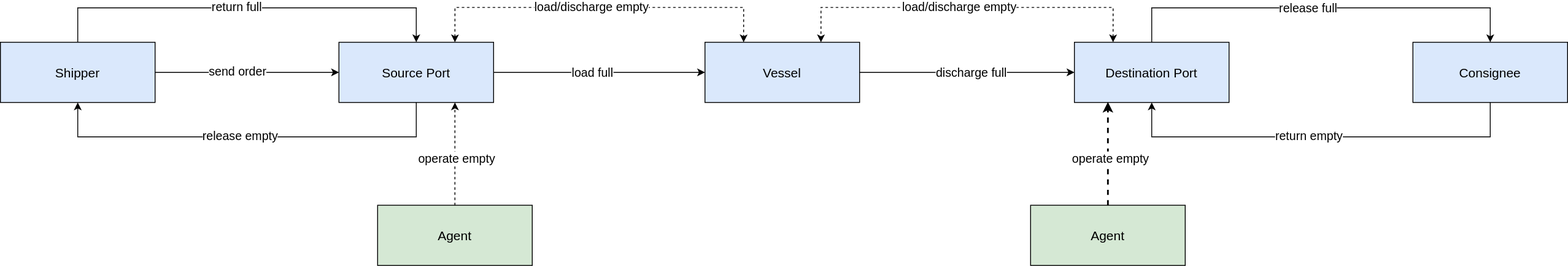
The draw.io diagram docs/source/images/scenario/cim.container_flow.svg in microsoft/maro, before a commit. Source tidied: cells renumbered, new cells last; positions are measured from the earlier drawing's top-left corner, leaving out a move shared by most shapes.
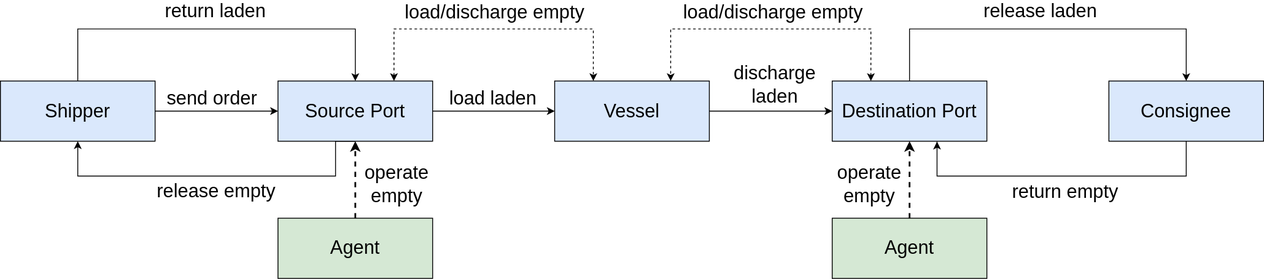
Above is the later version.

What changed in the source:
```diff
@@ -2,140 +2,152 @@
   <root>
     <mxCell id="0" />
     <mxCell id="1" parent="0" />
-    <mxCell id="2" style="edgeStyle=orthogonalEdgeStyle;rounded=0;jettySize=auto;html=1;exitX=0.5;exitY=1;exitDx=0;exitDy=0;entryX=0.5;entryY=1;entryDx=0;entryDy=0;strokeWidth=1;" parent="1" edge="1" source="8" target="11">
+    <mxCell id="2" style="edgeStyle=orthogonalEdgeStyle;rounded=0;jettySize=auto;html=1;exitX=0.5;exitY=1;exitDx=0;exitDy=0;entryX=0.5;entryY=1;entryDx=0;entryDy=0;strokeWidth=1;fontSize=22;" parent="1" edge="1" source="8" target="11">
       <mxGeometry relative="1" as="geometry">
         <Array as="points">
-          <mxPoint x="484" y="150.5" />
-          <mxPoint x="90" y="150.5" />
+          <mxPoint x="360" y="741" />
+          <mxPoint x="360" y="781" />
+          <mxPoint x="60" y="781" />
         </Array>
       </mxGeometry>
     </mxCell>
-    <mxCell id="3" value="&lt;font style=&quot;font-size: 14px;&quot;&gt;release empty&lt;/font&gt;" style="text;html=1;align=center;verticalAlign=middle;labelBackgroundColor=#ffffff;fontSize=14;" parent="2" vertex="1">
+    <mxCell id="3" value="&lt;font style=&quot;font-size: 22px;&quot;&gt;release empty&lt;/font&gt;" style="text;html=1;align=center;verticalAlign=middle;labelBackgroundColor=#ffffff;fontSize=22;" parent="2" vertex="1">
       <mxGeometry x="0.09" relative="1" as="geometry">
-        <mxPoint x="13" y="-1" as="offset" />
+        <mxPoint x="16.5" y="17" as="offset" />
       </mxGeometry>
     </mxCell>
-    <mxCell id="4" style="edgeStyle=orthogonalEdgeStyle;rounded=0;jettySize=auto;html=1;exitX=1;exitY=0.5;exitDx=0;exitDy=0;entryX=0;entryY=0.5;entryDx=0;entryDy=0;fontSize=14;strokeWidth=1;" parent="1" edge="1" source="8" target="24">
+    <mxCell id="4" style="edgeStyle=orthogonalEdgeStyle;rounded=0;jettySize=auto;html=1;exitX=1;exitY=0.5;exitDx=0;exitDy=0;entryX=0;entryY=0.5;entryDx=0;entryDy=0;fontSize=22;strokeWidth=1;" parent="1" edge="1" source="8" target="24">
       <mxGeometry relative="1" as="geometry" />
     </mxCell>
-    <mxCell id="5" value="load full" style="text;html=1;align=center;verticalAlign=middle;labelBackgroundColor=#ffffff;fontSize=14;" parent="4" vertex="1">
+    <mxCell id="5" value="load laden" style="text;html=1;align=center;verticalAlign=middle;labelBackgroundColor=#ffffff;fontSize=22;" parent="4" vertex="1">
       <mxGeometry x="-0.1" y="1" relative="1" as="geometry">
-        <mxPoint x="4" y="0.5" as="offset" />
+        <mxPoint x="4" y="-14.5" as="offset" />
       </mxGeometry>
     </mxCell>
-    <mxCell id="6" style="edgeStyle=orthogonalEdgeStyle;rounded=0;jettySize=auto;html=1;exitX=0.75;exitY=0;exitDx=0;exitDy=0;entryX=0.25;entryY=0;entryDx=0;entryDy=0;fontSize=14;strokeWidth=1;startArrow=classic;startFill=1;dashed=1;" parent="1" edge="1" source="8" target="24">
+    <mxCell id="6" style="edgeStyle=orthogonalEdgeStyle;rounded=0;jettySize=auto;html=1;exitX=0.75;exitY=0;exitDx=0;exitDy=0;entryX=0.25;entryY=0;entryDx=0;entryDy=0;fontSize=22;strokeWidth=1;startArrow=classic;startFill=1;dashed=1;" parent="1" edge="1" source="8" target="24">
       <mxGeometry relative="1" as="geometry">
         <Array as="points">
-          <mxPoint x="529" />
-          <mxPoint x="865" />
+          <mxPoint x="428" y="610" />
+          <mxPoint x="660" y="610" />
         </Array>
       </mxGeometry>
     </mxCell>
-    <mxCell id="7" value="load/discharge empty" style="text;html=1;align=center;verticalAlign=middle;labelBackgroundColor=#ffffff;fontSize=14;" parent="6" vertex="1">
-      <mxGeometry x="-0.05" y="1" relative="1" as="geometry" />
+    <mxCell id="7" value="load/discharge empty" style="text;html=1;align=center;verticalAlign=middle;labelBackgroundColor=#ffffff;fontSize=22;" parent="6" vertex="1">
+      <mxGeometry x="-0.05" y="1" relative="1" as="geometry">
+        <mxPoint x="8.2" y="-19" as="offset" />
+      </mxGeometry>
     </mxCell>
-    <mxCell id="8" value="&lt;font style=&quot;font-size: 15px&quot;&gt;Source Port&lt;/font&gt;" style="rounded=0;whiteSpace=wrap;html=1;fillColor=#dae8fc;strokeColor=#000000;strokeWidth=1;" parent="1" vertex="1">
-      <mxGeometry x="394" y="40.5" width="180" height="70" as="geometry" />
+    <mxCell id="8" value="&lt;font style=&quot;font-size: 22px;&quot;&gt;Source Port&lt;/font&gt;" style="rounded=0;whiteSpace=wrap;html=1;fillColor=#dae8fc;strokeColor=#000000;strokeWidth=1;fontSize=22;" parent="1" vertex="1">
+      <mxGeometry x="293" y="670.5" width="180" height="70" as="geometry" />
     </mxCell>
-    <mxCell id="9" style="edgeStyle=orthogonalEdgeStyle;rounded=0;jettySize=auto;html=1;entryX=0.5;entryY=0;entryDx=0;entryDy=0;fontSize=14;exitX=0.5;exitY=0;exitDx=0;exitDy=0;strokeWidth=1;" parent="1" edge="1" source="11" target="8">
+    <mxCell id="9" style="edgeStyle=orthogonalEdgeStyle;rounded=0;jettySize=auto;html=1;entryX=0.5;entryY=0;entryDx=0;entryDy=0;fontSize=22;exitX=0.5;exitY=0;exitDx=0;exitDy=0;strokeWidth=1;" parent="1" edge="1" source="11" target="8">
       <mxGeometry relative="1" as="geometry">
         <Array as="points">
-          <mxPoint x="90" y="0.5" />
-          <mxPoint x="484" y="0.5" />
+          <mxPoint x="60" y="610" />
+          <mxPoint x="383" y="610" />
         </Array>
       </mxGeometry>
     </mxCell>
-    <mxCell id="10" value="return full" style="text;html=1;align=center;verticalAlign=middle;labelBackgroundColor=#ffffff;fontSize=14;" parent="9" vertex="1">
-      <mxGeometry x="-0.05" y="1" relative="1" as="geometry" />
+    <mxCell id="10" value="return laden" style="text;html=1;align=center;verticalAlign=middle;labelBackgroundColor=#ffffff;fontSize=22;" parent="9" vertex="1">
+      <mxGeometry x="-0.05" y="1" relative="1" as="geometry">
+        <mxPoint x="9.5" y="-20" as="offset" />
+      </mxGeometry>
     </mxCell>
-    <mxCell id="11" value="&lt;font style=&quot;font-size: 15px&quot;&gt;Shipper&lt;/font&gt;" style="rounded=0;whiteSpace=wrap;html=1;fillColor=#dae8fc;strokeColor=#000000;strokeWidth=1;" parent="1" vertex="1">
-      <mxGeometry y="40.5" width="180" height="70" as="geometry" />
+    <mxCell id="11" value="&lt;font style=&quot;font-size: 22px;&quot;&gt;Shipper&lt;/font&gt;" style="rounded=0;whiteSpace=wrap;html=1;fillColor=#dae8fc;strokeColor=#000000;strokeWidth=1;fontSize=22;" parent="1" vertex="1">
+      <mxGeometry x="-30" y="670.5" width="180" height="70" as="geometry" />
     </mxCell>
-    <mxCell id="12" style="endArrow=classic;html=1;exitX=1;exitY=0.5;exitDx=0;exitDy=0;entryX=0;entryY=0.5;entryDx=0;entryDy=0;strokeWidth=1;" parent="1" edge="1" source="11" target="8">
+    <mxCell id="12" style="endArrow=classic;html=1;exitX=1;exitY=0.5;exitDx=0;exitDy=0;entryX=0;entryY=0.5;entryDx=0;entryDy=0;strokeWidth=1;fontSize=22;" parent="1" edge="1" source="11" target="8">
       <mxGeometry relative="1" as="geometry" />
     </mxCell>
-    <mxCell id="13" value="&lt;font style=&quot;font-size: 14px&quot;&gt;send order&lt;/font&gt;" style="text;html=1;align=center;verticalAlign=middle;labelBackgroundColor=#ffffff;fontSize=14;" parent="12" vertex="1">
+    <mxCell id="13" value="&lt;font style=&quot;font-size: 22px;&quot;&gt;send order&lt;/font&gt;" style="text;html=1;align=center;verticalAlign=middle;labelBackgroundColor=#ffffff;fontSize=22;" parent="12" vertex="1">
       <mxGeometry x="-0.15" y="1" relative="1" as="geometry">
-        <mxPoint x="5" as="offset" />
+        <mxPoint x="5" y="-14.5" as="offset" />
       </mxGeometry>
     </mxCell>
-    <mxCell id="14" style="edgeStyle=orthogonalEdgeStyle;rounded=0;jettySize=auto;html=1;exitX=0.25;exitY=0;exitDx=0;exitDy=0;entryX=0.75;entryY=0;entryDx=0;entryDy=0;fontSize=14;strokeWidth=1;startArrow=classic;startFill=1;dashed=1;" parent="1" edge="1" source="16" target="24">
+    <mxCell id="14" style="edgeStyle=orthogonalEdgeStyle;rounded=0;jettySize=auto;html=1;exitX=0.25;exitY=0;exitDx=0;exitDy=0;entryX=0.75;entryY=0;entryDx=0;entryDy=0;fontSize=22;strokeWidth=1;startArrow=classic;startFill=1;dashed=1;" parent="1" edge="1" source="16" target="24">
       <mxGeometry relative="1" as="geometry">
         <Array as="points">
-          <mxPoint x="1295" />
-          <mxPoint x="955" />
+          <mxPoint x="983" y="610" />
+          <mxPoint x="750" y="610" />
         </Array>
       </mxGeometry>
     </mxCell>
-    <mxCell id="15" value="load/discharge empty" style="text;html=1;align=center;verticalAlign=middle;labelBackgroundColor=#ffffff;fontSize=14;" parent="14" vertex="1">
+    <mxCell id="15" value="load/discharge empty" style="text;html=1;align=center;verticalAlign=middle;labelBackgroundColor=#ffffff;fontSize=22;" parent="14" vertex="1">
       <mxGeometry x="0.04" relative="1" as="geometry">
-        <mxPoint y="-1" as="offset" />
+        <mxPoint x="9.8" y="-20" as="offset" />
       </mxGeometry>
     </mxCell>
-    <mxCell id="16" value="&lt;font style=&quot;font-size: 15px&quot;&gt;Destination Port&lt;/font&gt;" style="rounded=0;whiteSpace=wrap;html=1;fillColor=#dae8fc;strokeColor=#000000;strokeWidth=1;" parent="1" vertex="1">
-      <mxGeometry x="1250" y="40.5" width="180" height="70" as="geometry" />
+    <mxCell id="16" value="&lt;font style=&quot;font-size: 22px;&quot;&gt;Destination Port&lt;/font&gt;" style="rounded=0;whiteSpace=wrap;html=1;fillColor=#dae8fc;strokeColor=#000000;strokeWidth=1;fontSize=22;" parent="1" vertex="1">
+      <mxGeometry x="938" y="670.5" width="180" height="70" as="geometry" />
     </mxCell>
-    <mxCell id="17" style="edgeStyle=orthogonalEdgeStyle;rounded=0;jettySize=auto;html=1;exitX=0.5;exitY=1;exitDx=0;exitDy=0;entryX=0.5;entryY=1;entryDx=0;entryDy=0;fontSize=14;strokeWidth=1;" parent="1" edge="1" source="19" target="16">
+    <mxCell id="17" style="edgeStyle=orthogonalEdgeStyle;rounded=0;jettySize=auto;html=1;exitX=0.5;exitY=1;exitDx=0;exitDy=0;fontSize=22;strokeWidth=1;" parent="1" edge="1" source="19">
       <mxGeometry relative="1" as="geometry">
+        <mxPoint x="1060" y="741" as="targetPoint" />
         <Array as="points">
-          <mxPoint x="1734" y="150.5" />
-          <mxPoint x="1340" y="150.5" />
+          <mxPoint x="1350" y="781" />
+          <mxPoint x="1060" y="781" />
+          <mxPoint x="1060" y="741" />
         </Array>
       </mxGeometry>
     </mxCell>
-    <mxCell id="18" value="return empty" style="text;html=1;align=center;verticalAlign=middle;labelBackgroundColor=#ffffff;fontSize=14;" parent="17" vertex="1">
+    <mxCell id="18" value="return empty" style="text;html=1;align=center;verticalAlign=middle;labelBackgroundColor=#ffffff;fontSize=22;" parent="17" vertex="1">
       <mxGeometry x="0.12" relative="1" as="geometry">
-        <mxPoint x="13" y="-1" as="offset" />
+        <mxPoint x="24.5" y="18" as="offset" />
       </mxGeometry>
     </mxCell>
-    <mxCell id="19" value="&lt;font style=&quot;font-size: 15px&quot;&gt;Consignee&lt;/font&gt;" style="rounded=0;whiteSpace=wrap;html=1;fillColor=#dae8fc;strokeColor=#000000;strokeWidth=1;" parent="1" vertex="1">
-      <mxGeometry x="1644" y="40.5" width="180" height="70" as="geometry" />
+    <mxCell id="19" value="&lt;font style=&quot;font-size: 22px;&quot;&gt;Consignee&lt;/font&gt;" style="rounded=0;whiteSpace=wrap;html=1;fillColor=#dae8fc;strokeColor=#000000;strokeWidth=1;fontSize=22;" parent="1" vertex="1">
+      <mxGeometry x="1260" y="670.5" width="180" height="70" as="geometry" />
     </mxCell>
-    <mxCell id="20" style="edgeStyle=orthogonalEdgeStyle;rounded=0;jettySize=auto;html=1;exitX=0.5;exitY=0;exitDx=0;exitDy=0;entryX=0.5;entryY=0;entryDx=0;entryDy=0;fontSize=14;strokeWidth=1;" parent="1" edge="1" source="16" target="19">
+    <mxCell id="20" style="edgeStyle=orthogonalEdgeStyle;rounded=0;jettySize=auto;html=1;exitX=0.5;exitY=0;exitDx=0;exitDy=0;entryX=0.5;entryY=0;entryDx=0;entryDy=0;fontSize=22;strokeWidth=1;" parent="1" edge="1" source="16" target="19">
       <mxGeometry relative="1" as="geometry">
         <Array as="points">
-          <mxPoint x="1340" y="0.5" />
-          <mxPoint x="1734" y="0.5" />
+          <mxPoint x="1028" y="610" />
+          <mxPoint x="1350" y="610" />
         </Array>
       </mxGeometry>
     </mxCell>
-    <mxCell id="21" value="release full" style="text;html=1;align=center;verticalAlign=middle;labelBackgroundColor=#ffffff;fontSize=14;" parent="20" vertex="1">
-      <mxGeometry x="-0.07" relative="1" as="geometry" />
+    <mxCell id="21" value="release laden" style="text;html=1;align=center;verticalAlign=middle;labelBackgroundColor=#ffffff;fontSize=22;" parent="20" vertex="1">
+      <mxGeometry x="-0.07" relative="1" as="geometry">
+        <mxPoint x="5.3" y="-20.5" as="offset" />
+      </mxGeometry>
     </mxCell>
-    <mxCell id="22" style="edgeStyle=orthogonalEdgeStyle;rounded=0;jettySize=auto;html=1;exitX=1;exitY=0.5;exitDx=0;exitDy=0;entryX=0;entryY=0.5;entryDx=0;entryDy=0;fontSize=14;strokeWidth=1;" parent="1" edge="1" source="24" target="16">
+    <mxCell id="22" style="edgeStyle=orthogonalEdgeStyle;rounded=0;jettySize=auto;html=1;exitX=1;exitY=0.5;exitDx=0;exitDy=0;entryX=0;entryY=0.5;entryDx=0;entryDy=0;fontSize=22;strokeWidth=1;" parent="1" edge="1" source="24" target="16">
       <mxGeometry relative="1" as="geometry" />
     </mxCell>
-    <mxCell id="23" value="discharge full" style="text;html=1;align=center;verticalAlign=middle;labelBackgroundColor=#ffffff;fontSize=14;" parent="22" vertex="1">
+    <mxCell id="23" value="discharge&lt;br&gt;laden" style="text;html=1;align=center;verticalAlign=middle;labelBackgroundColor=#ffffff;fontSize=22;" parent="22" vertex="1">
       <mxGeometry x="-0.12" y="-1" relative="1" as="geometry">
-        <mxPoint x="20" y="-1.5" as="offset" />
+        <mxPoint x="11.7" y="-32" as="offset" />
       </mxGeometry>
     </mxCell>
-    <mxCell id="24" value="&lt;font style=&quot;font-size: 15px&quot;&gt;Vessel&lt;/font&gt;" style="rounded=0;whiteSpace=wrap;html=1;fillColor=#dae8fc;strokeColor=#000000;strokeWidth=1;" parent="1" vertex="1">
-      <mxGeometry x="820" y="40.5" width="180" height="70" as="geometry" />
+    <mxCell id="24" value="&lt;font style=&quot;font-size: 22px;&quot;&gt;Vessel&lt;/font&gt;" style="rounded=0;whiteSpace=wrap;html=1;fillColor=#dae8fc;strokeColor=#000000;strokeWidth=1;fontSize=22;" parent="1" vertex="1">
+      <mxGeometry x="615" y="670.5" width="180" height="70" as="geometry" />
     </mxCell>
-    <mxCell id="25" style="edgeStyle=orthogonalEdgeStyle;rounded=0;jettySize=auto;html=1;entryX=0.75;entryY=1;entryDx=0;entryDy=0;fontSize=14;dashed=1;strokeWidth=1;" parent="1" edge="1" source="27" target="8">
-      <mxGeometry relative="1" as="geometry" />
+    <mxCell id="25" value="&lt;font style=&quot;font-size: 22px;&quot;&gt;Agent&lt;/font&gt;" style="rounded=0;whiteSpace=wrap;html=1;fillColor=#d5e8d4;strokeColor=#000000;strokeWidth=1;fontSize=22;" parent="1" vertex="1">
+      <mxGeometry x="293" y="830" width="180" height="70" as="geometry" />
     </mxCell>
-    <mxCell id="26" value="operate empty" style="text;html=1;align=center;verticalAlign=middle;labelBackgroundColor=#ffffff;fontSize=14;" parent="25" vertex="1">
-      <mxGeometry x="-0.05" y="-1" relative="1" as="geometry">
-        <mxPoint y="2" as="offset" />
+    <mxCell id="26" style="edgeStyle=orthogonalEdgeStyle;rounded=0;jettySize=auto;html=1;fontSize=22;dashed=1;strokeWidth=2;exitX=0.5;exitY=0;exitDx=0;exitDy=0;entryX=0.5;entryY=1;entryDx=0;entryDy=0;" parent="1" edge="1" source="28" target="16">
+      <mxGeometry relative="1" as="geometry">
+        <Array as="points">
+          <mxPoint x="1028" y="760" />
+          <mxPoint x="1028" y="760" />
+        </Array>
       </mxGeometry>
     </mxCell>
-    <mxCell id="27" value="&lt;font style=&quot;font-size: 15px&quot;&gt;Agent&lt;/font&gt;" style="rounded=0;whiteSpace=wrap;html=1;fillColor=#d5e8d4;strokeColor=#000000;strokeWidth=1;" parent="1" vertex="1">
-      <mxGeometry x="439" y="230" width="180" height="70" as="geometry" />
+    <mxCell id="27" value="operate&lt;br&gt;empty" style="text;html=1;align=center;verticalAlign=middle;points=[];labelBackgroundColor=#ffffff;fontSize=22;" parent="26" vertex="1">
+      <mxGeometry y="-2" relative="1" as="geometry">
+        <mxPoint x="-50" y="5" as="offset" />
+      </mxGeometry>
     </mxCell>
-    <mxCell id="28" style="edgeStyle=orthogonalEdgeStyle;rounded=0;jettySize=auto;html=1;fontSize=14;dashed=1;strokeWidth=2;" parent="1" edge="1" source="30">
-      <mxGeometry relative="1" as="geometry">
-        <mxPoint x="1289" y="110" as="targetPoint" />
-      </mxGeometry>
+    <mxCell id="28" value="&lt;font style=&quot;font-size: 22px;&quot;&gt;Agent&lt;/font&gt;" style="rounded=0;whiteSpace=wrap;html=1;fillColor=#d5e8d4;strokeColor=#000000;strokeWidth=1;fontSize=22;" parent="1" vertex="1">
+      <mxGeometry x="938" y="830" width="180" height="70" as="geometry" />
     </mxCell>
-    <mxCell id="29" value="operate empty" style="text;html=1;align=center;verticalAlign=middle;labelBackgroundColor=#ffffff;fontSize=14;" parent="28" vertex="1">
-      <mxGeometry y="-2" relative="1" as="geometry">
-        <mxPoint y="5" as="offset" />
-      </mxGeometry>
+    <mxCell id="29" style="edgeStyle=orthogonalEdgeStyle;rounded=0;jettySize=auto;html=1;fontSize=22;dashed=1;strokeWidth=2;exitX=0.5;exitY=0;exitDx=0;exitDy=0;entryX=0.5;entryY=1;entryDx=0;entryDy=0;" parent="1" edge="1" source="25" target="8">
+      <mxGeometry relative="1" as="geometry" />
     </mxCell>
-    <mxCell id="30" value="&lt;font style=&quot;font-size: 15px&quot;&gt;Agent&lt;/font&gt;" style="rounded=0;whiteSpace=wrap;html=1;fillColor=#d5e8d4;strokeColor=#000000;strokeWidth=1;" parent="1" vertex="1">
-      <mxGeometry x="1199" y="230" width="180" height="70" as="geometry" />
+    <mxCell id="30" value="operate&lt;br&gt;empty" style="text;html=1;align=center;verticalAlign=middle;points=[];labelBackgroundColor=#ffffff;fontSize=22;" parent="29" vertex="1">
+      <mxGeometry y="-2" relative="1" as="geometry">
+        <mxPoint x="45" y="5" as="offset" />
+      </mxGeometry>
     </mxCell>
   </root>
 </mxGraphModel>
```
